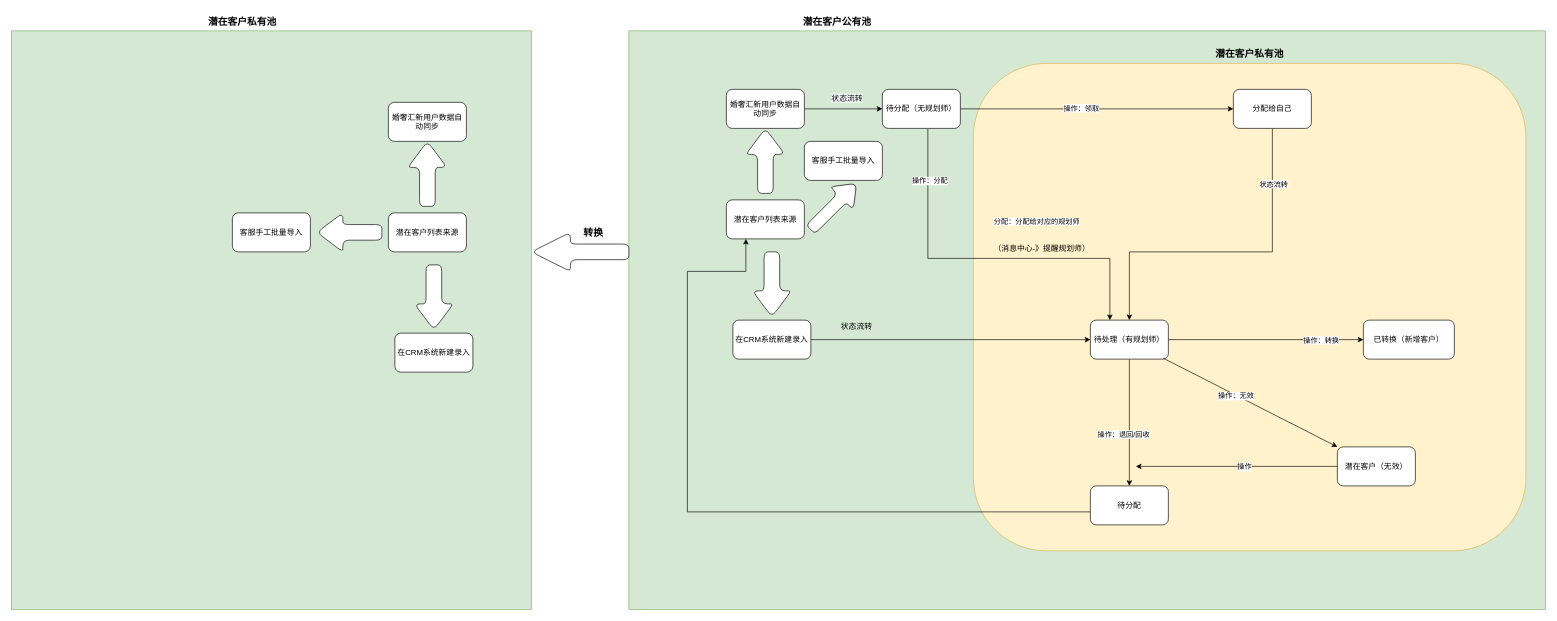
YYB1024/myRemoteRepo keeps this draw.io diagram as 婚奢汇业务流程图/CRM系统流转图.drawio. Above is the earlier version. Source tidied: cells renumbered, new cells numbered last; positions are measured from the earlier drawing's top-left corner, leaving out a move shared by most shapes. Both pictures are drawn from the tidied source at 65%, with x=0, y=0 at pixel (11, 11).
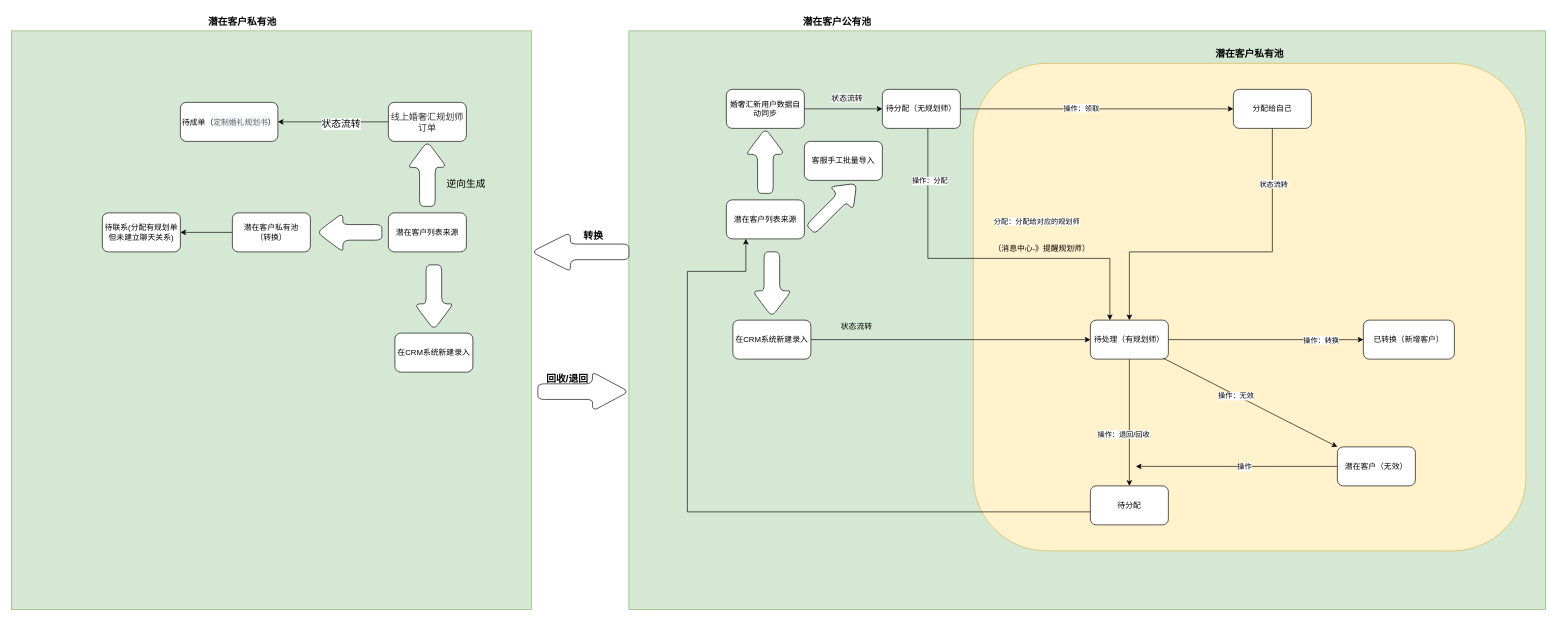
Above is the later version.

Commit message:
更新CRM系统流转图.drawio

The edit, as a diff of the source:
```diff
@@
+    <mxCell id="51" style="edgeStyle=orthogonalEdgeStyle;rounded=0;jettySize=auto;html=1;fontSize=15;" parent="1" edge="1" source="41" target="57">
+      <mxGeometry relative="1" as="geometry" />
+    </mxCell>
+    <mxCell id="52" value="状态流转" style="edgeLabel;html=1;align=center;verticalAlign=middle;fontSize=15;" parent="51" vertex="1">
+      <mxGeometry x="-0.13" y="2" relative="1" as="geometry" />
+    </mxCell>
-    <mxCell id="41" value="婚奢汇新用户数据自动同步" style="rounded=1;whiteSpace=wrap;html=1;" parent="1" vertex="1">
+    <mxCell id="41" value="&lt;span style=&quot;color: rgb(51, 51, 51); font-family: PingFangSC-Regular, &amp;quot;PingFang SC&amp;quot;, sans-serif; font-size: 14px; text-align: left; background-color: rgb(255, 255, 255);&quot;&gt;线上婚奢汇规划师订单&lt;/span&gt;" style="rounded=1;whiteSpace=wrap;html=1;" parent="1" vertex="1">
       <mxGeometry x="580" y="140" width="120" height="60" as="geometry" />
     </mxCell>
+    <mxCell id="53" style="edgeStyle=orthogonalEdgeStyle;rounded=0;jettySize=auto;html=1;fontSize=15;" parent="1" edge="1" source="42" target="58">
+      <mxGeometry relative="1" as="geometry" />
+    </mxCell>
-    <mxCell id="42" value="客服手工批量导入" style="whiteSpace=wrap;html=1;rounded=1;" parent="1" vertex="1">
+    <mxCell id="42" value="潜在客户私有池&lt;br&gt;（转换）" style="whiteSpace=wrap;html=1;rounded=1;" parent="1" vertex="1">
       <mxGeometry x="340" y="310" width="120" height="60" as="geometry" />
     </mxCell>
@@
     <mxCell id="50" value="&lt;b&gt;转换&lt;/b&gt;" style="text;html=1;align=center;verticalAlign=middle;strokeColor=none;fillColor=none;fontSize=15;" parent="1" vertex="1">
-      <mxGeometry x="870" y="325" width="50" height="30" as="geometry" />
+      <mxGeometry x="870" y="330" width="50" height="30" as="geometry" />
     </mxCell>
+    <mxCell id="54" value="逆向生成" style="text;html=1;strokeColor=none;fillColor=none;align=center;verticalAlign=middle;whiteSpace=wrap;rounded=0;fontSize=15;" parent="1" vertex="1">
+      <mxGeometry x="650" y="250" width="100" height="30" as="geometry" />
+    </mxCell>
+    <mxCell id="55" style="shape=singleArrow;whiteSpace=wrap;html=1;arrowWidth=0.4;arrowSize=0.4;rounded=1;direction=east;" parent="1" vertex="1">
+      <mxGeometry x="810" y="555" width="140" height="60" as="geometry" />
+    </mxCell>
+    <mxCell id="56" value="&lt;b&gt;回收/退回&lt;/b&gt;" style="text;html=1;align=center;verticalAlign=middle;strokeColor=none;fillColor=none;fontSize=15;" parent="1" vertex="1">
+      <mxGeometry x="810" y="550" width="90" height="30" as="geometry" />
+    </mxCell>
+    <mxCell id="57" value="待成单（&lt;span style=&quot;color: rgb(96, 98, 102); font-family: &amp;quot;Helvetica Neue&amp;quot;, Helvetica, &amp;quot;PingFang SC&amp;quot;, &amp;quot;Hiragino Sans GB&amp;quot;, &amp;quot;Microsoft YaHei&amp;quot;, 微软雅黑, Arial, sans-serif; background-color: rgb(245, 247, 250);&quot;&gt;定制婚礼规划书&lt;/span&gt;）" style="whiteSpace=wrap;html=1;rounded=1;" parent="1" vertex="1">
+      <mxGeometry x="260" y="140" width="150" height="60" as="geometry" />
+    </mxCell>
+    <mxCell id="58" value="待联系(分配有规划单但未建立聊天关系)" style="whiteSpace=wrap;html=1;rounded=1;" parent="1" vertex="1">
+      <mxGeometry x="140" y="310" width="120" height="60" as="geometry" />
+    </mxCell>
```
